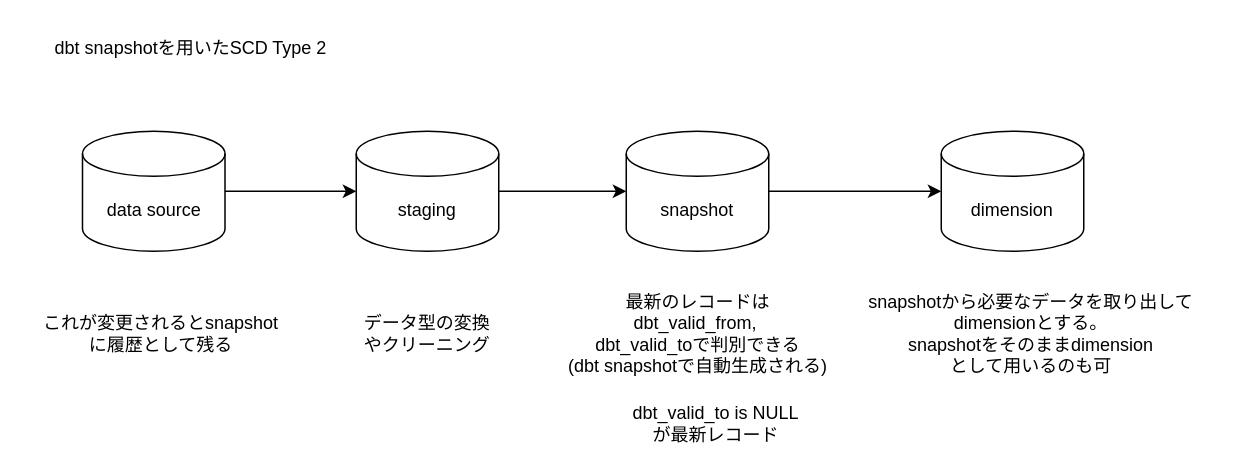
tker-78/manufacturing-datawarehouse keeps this draw.io diagram as docs/dbt scd2の仕組み.drawio. Above is the earlier version. Source tidied: cells renumbered, new cells numbered last; positions are measured from the earlier drawing's top-left corner, leaving out a move shared by most shapes. Both pictures are drawn from the tidied source at 150%, with x=0, y=0 at pixel (26, 26).
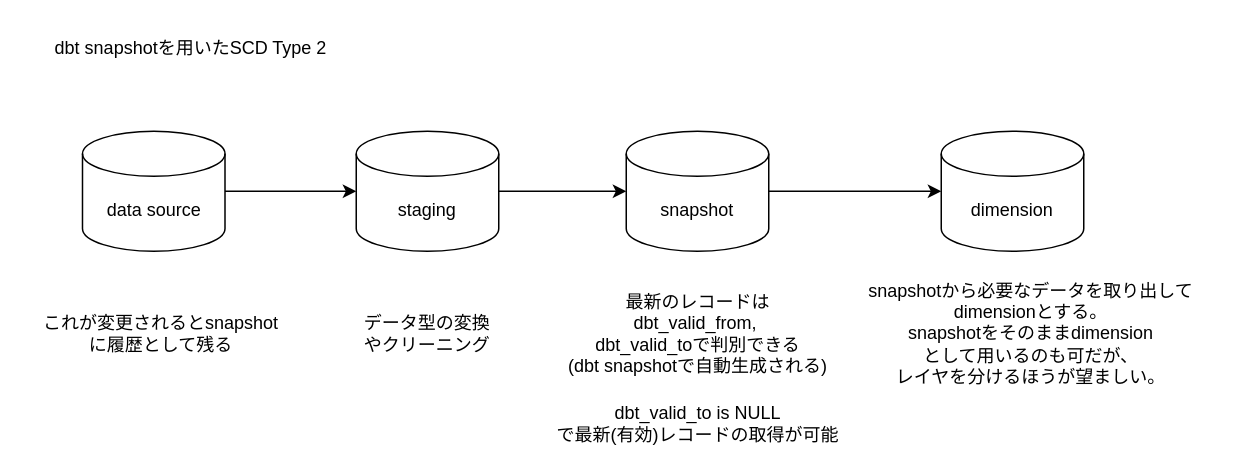
The same diagram, later.

Change to the diagram source:
```diff
@@
 <mxGraphModel>
   <root>
     <mxCell id="0" />
     <mxCell id="1" parent="0" />
     <mxCell id="2" value="dbt snapshotを用いたSCD Type 2" style="text;html=1;whiteSpace=wrap;strokeColor=none;fillColor=none;align=center;verticalAlign=middle;rounded=0;" parent="1" vertex="1">
       <mxGeometry width="220" height="30" as="geometry" />
     </mxCell>
     <mxCell id="3" style="edgeStyle=orthogonalEdgeStyle;rounded=0;jettySize=auto;html=1;" parent="1" edge="1" source="4" target="12">
       <mxGeometry relative="1" as="geometry" />
     </mxCell>
     <mxCell id="4" value="data source" style="shape=cylinder3;whiteSpace=wrap;html=1;boundedLbl=1;backgroundOutline=1;size=15;" parent="1" vertex="1">
       <mxGeometry x="37.5" y="70" width="95" height="80" as="geometry" />
     </mxCell>
     <mxCell id="5" style="edgeStyle=orthogonalEdgeStyle;rounded=0;jettySize=auto;html=1;" parent="1" edge="1" source="6" target="9">
       <mxGeometry relative="1" as="geometry" />
     </mxCell>
     <mxCell id="6" value="snapshot" style="shape=cylinder3;whiteSpace=wrap;html=1;boundedLbl=1;backgroundOutline=1;size=15;" parent="1" vertex="1">
       <mxGeometry x="400" y="70" width="95" height="80" as="geometry" />
     </mxCell>
     <mxCell id="7" value="これが変更されるとsnapshotに履歴として残る" style="text;html=1;whiteSpace=wrap;strokeColor=none;fillColor=none;align=center;verticalAlign=middle;rounded=0;" parent="1" vertex="1">
       <mxGeometry x="10" y="190" width="160" height="30" as="geometry" />
     </mxCell>
     <mxCell id="8" value="最新のレコードは&lt;div&gt;dbt_valid_from,&amp;nbsp;&lt;/div&gt;&lt;div&gt;dbt_valid_toで判別できる&lt;/div&gt;&lt;div&gt;(dbt snapshotで自動生成される)&lt;/div&gt;" style="text;html=1;whiteSpace=wrap;strokeColor=none;fillColor=none;align=center;verticalAlign=middle;rounded=0;" parent="1" vertex="1">
       <mxGeometry x="317.5" y="190" width="260" height="30" as="geometry" />
     </mxCell>
     <mxCell id="9" value="dimension" style="shape=cylinder3;whiteSpace=wrap;html=1;boundedLbl=1;backgroundOutline=1;size=15;" parent="1" vertex="1">
       <mxGeometry x="610" y="70" width="95" height="80" as="geometry" />
     </mxCell>
-    <mxCell id="10" value="snapshotから必要なデータを取り出して&lt;div&gt;dimensionとする。&lt;/div&gt;&lt;div&gt;snapshotをそのままdimension&lt;/div&gt;&lt;div&gt;として用いるのも可&lt;/div&gt;" style="text;html=1;whiteSpace=wrap;strokeColor=none;fillColor=none;align=center;verticalAlign=middle;rounded=0;" parent="1" vertex="1">
+    <mxCell id="10" value="snapshotから必要なデータを取り出して&lt;div&gt;dimensionとする。&lt;/div&gt;&lt;div&gt;snapshotをそのままdimension&lt;/div&gt;&lt;div&gt;として用いるのも可だが、&lt;/div&gt;&lt;div&gt;レイヤを分けるほうが望ましい。&lt;/div&gt;" style="text;html=1;whiteSpace=wrap;strokeColor=none;fillColor=none;align=center;verticalAlign=middle;rounded=0;" parent="1" vertex="1">
       <mxGeometry x="540" y="190" width="260" height="30" as="geometry" />
     </mxCell>
     <mxCell id="11" style="edgeStyle=orthogonalEdgeStyle;rounded=0;jettySize=auto;html=1;" parent="1" edge="1" source="12" target="6">
       <mxGeometry relative="1" as="geometry" />
     </mxCell>
     <mxCell id="12" value="staging" style="shape=cylinder3;whiteSpace=wrap;html=1;boundedLbl=1;backgroundOutline=1;size=15;" parent="1" vertex="1">
       <mxGeometry x="220" y="70" width="95" height="80" as="geometry" />
     </mxCell>
     <mxCell id="13" value="データ型の変換やクリーニング" style="text;html=1;whiteSpace=wrap;strokeColor=none;fillColor=none;align=center;verticalAlign=middle;rounded=0;" parent="1" vertex="1">
       <mxGeometry x="220" y="190" width="95" height="30" as="geometry" />
     </mxCell>
-    <mxCell id="14" value="dbt_valid_to is NULL&lt;div&gt;が最新レコード&lt;/div&gt;" style="text;html=1;whiteSpace=wrap;strokeColor=none;fillColor=none;align=center;verticalAlign=middle;rounded=0;" parent="1" vertex="1">
-      <mxGeometry x="330" y="250" width="260" height="30" as="geometry" />
+    <mxCell id="14" value="dbt_valid_to is NULL&lt;div&gt;で最新(有効)レコードの取得が可能&lt;/div&gt;" style="text;html=1;whiteSpace=wrap;strokeColor=none;fillColor=none;align=center;verticalAlign=middle;rounded=0;" parent="1" vertex="1">
+      <mxGeometry x="342.5" y="250" width="210" height="30" as="geometry" />
     </mxCell>
   </root>
 </mxGraphModel>
```
